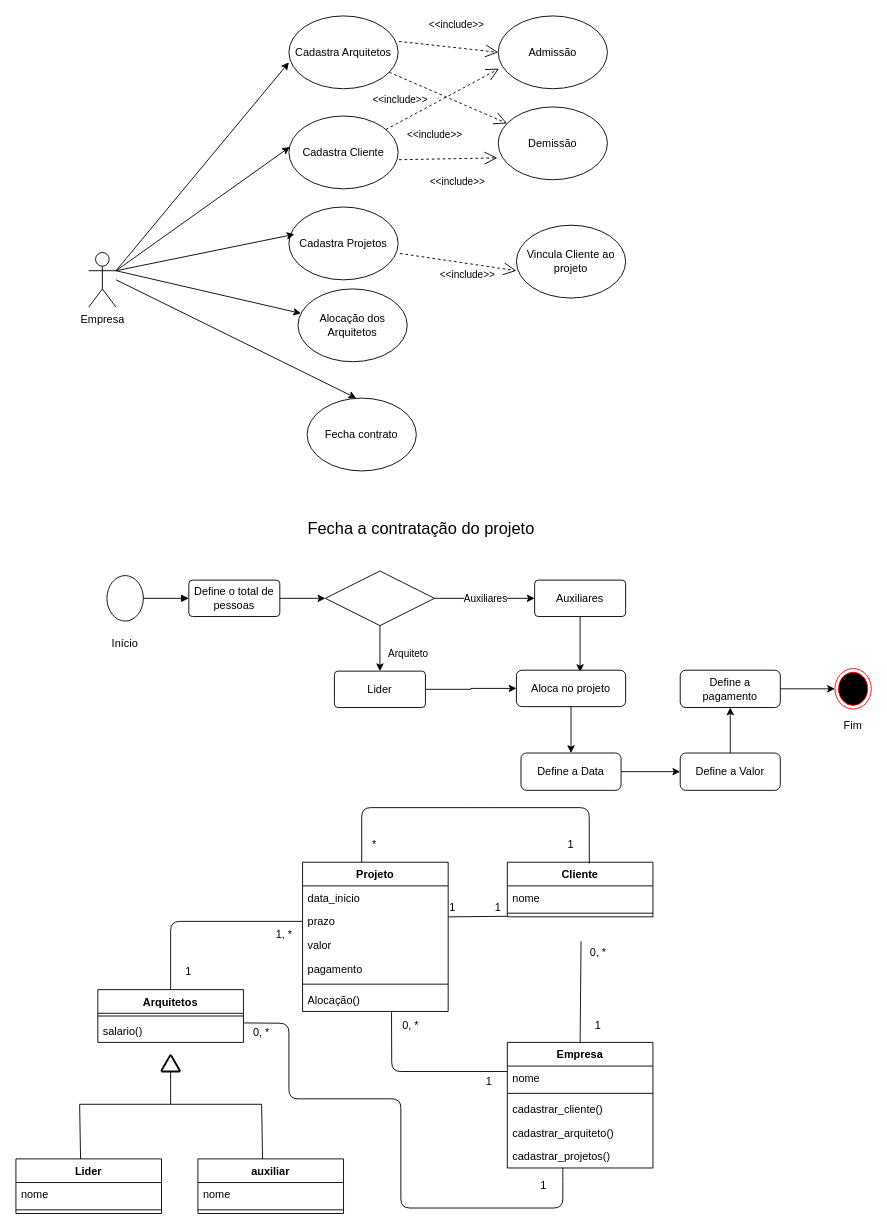
The draw.io diagram Untitled Diagram.drawio in EdneiFNeto/UML, before the edit. Source tidied: cells renumbered, new cells numbered last; positions are measured from the earlier drawing's top-left corner, leaving out a move shared by most shapes. Both pictures are drawn from the tidied source at 91%, with x=0, y=0 at pixel (15, 15).
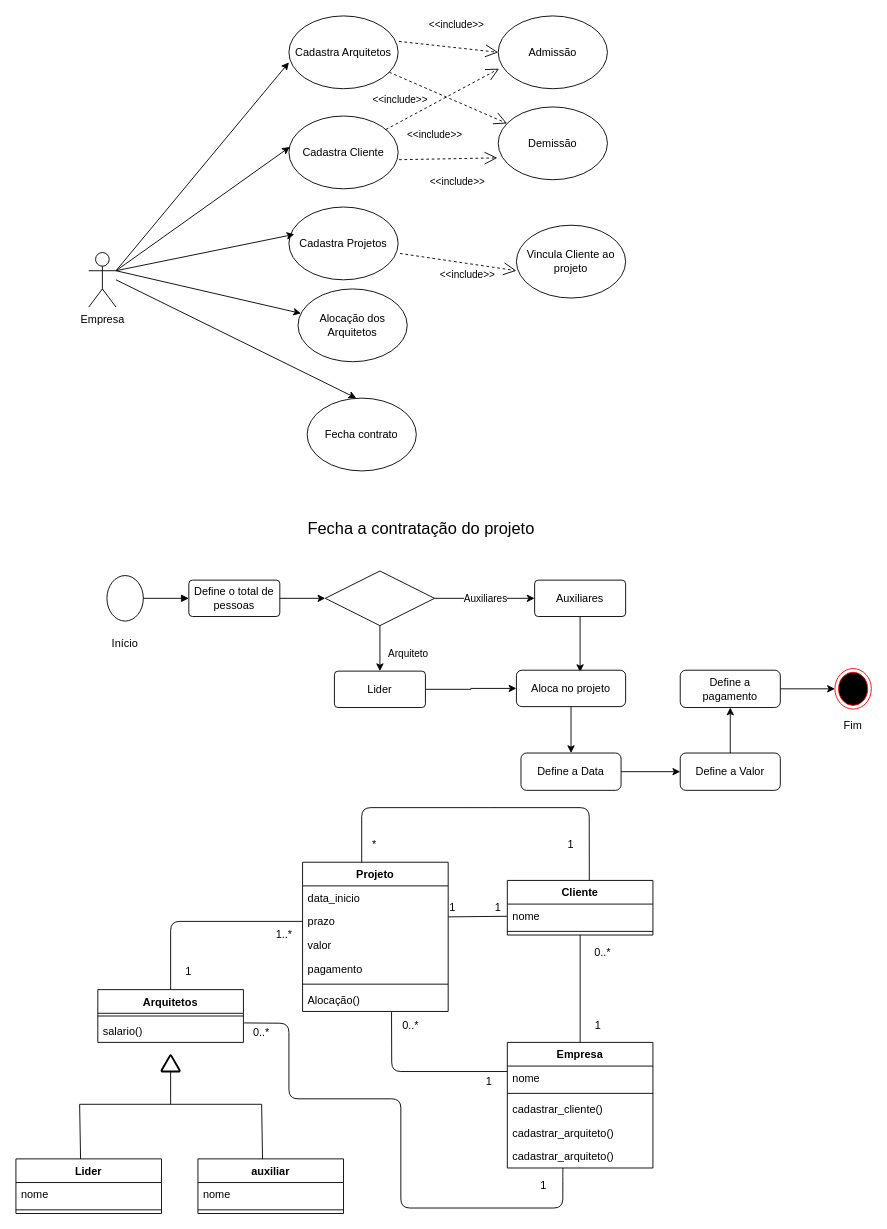
Above is the later version.

Commit message:
adicionando cardinalidade

Unchanged cells that the change refers to:
```xml
<mxCell id="67" value="Empresa" style="swimlane;fontStyle=1;align=center;verticalAlign=top;horizontal=1;startSize=26;" parent="1" vertex="1">
  <mxGeometry x="540" y="1128" width="160" height="138" as="geometry" />
</mxCell>
```

Change to the diagram source:
```diff
@@
-    <mxCell id="72" value="cadastrar_projetos()" style="text;strokeColor=none;fillColor=none;align=left;verticalAlign=top;spacingLeft=4;spacingRight=4;overflow=hidden;points=[[0,0.5],[1,0.5]];portConstraint=eastwest;" parent="67" vertex="1">
+    <mxCell id="72" value="cadastrar_arquiteto()" style="text;strokeColor=none;fillColor=none;align=left;verticalAlign=top;spacingLeft=4;spacingRight=4;overflow=hidden;points=[[0,0.5],[1,0.5]];portConstraint=eastwest;" parent="67" vertex="1">
       <mxGeometry y="112" width="160" height="26" as="geometry" />
     </mxCell>
-    <mxCell id="73" value="Cliente" style="swimlane;fontStyle=1;align=center;verticalAlign=top;horizontal=1;startSize=26;" parent="1" vertex="1">
-      <mxGeometry x="540" y="930" width="160" height="60" as="geometry" />
-    </mxCell>
-    <mxCell id="74" value="nome" style="text;strokeColor=none;fillColor=none;align=left;verticalAlign=top;spacingLeft=4;spacingRight=4;overflow=hidden;" parent="73" vertex="1">
-      <mxGeometry y="26" width="160" height="26" as="geometry" />
-    </mxCell>
-    <mxCell id="75" style="line;strokeWidth=1;fillColor=none;align=left;verticalAlign=middle;spacingTop=-1;spacingLeft=3;spacingRight=3;labelPosition=right;" parent="73" vertex="1">
-      <mxGeometry y="52" width="160" height="8" as="geometry" />
-    </mxCell>
@@
-    <mxCell id="79" style="endArrow=none;html=1;exitX=0.5;exitY=0;exitDx=0;exitDy=0;entryX=0.506;entryY=1.038;entryDx=0;entryDy=0;entryPerimeter=0;" parent="1" edge="1" source="67">
-      <mxGeometry relative="1" as="geometry">
-        <mxPoint x="621" y="1017" as="targetPoint" />
-      </mxGeometry>
+    <mxCell id="79" style="endArrow=none;html=1;exitX=0.5;exitY=0;exitDx=0;exitDy=0;entryX=0.5;entryY=1;entryDx=0;entryDy=0;" parent="1" edge="1" source="67" target="73">
+      <mxGeometry relative="1" as="geometry" />
     </mxCell>
@@
-    <mxCell id="81" value="0, *" style="text;html=1;strokeColor=none;fillColor=none;align=center;verticalAlign=middle;whiteSpace=wrap;rounded=0;" parent="1" vertex="1">
-      <mxGeometry x="620" y="1020" width="40" height="20" as="geometry" />
+    <mxCell id="81" value="0..*" style="text;html=1;strokeColor=none;fillColor=none;align=center;verticalAlign=middle;whiteSpace=wrap;rounded=0;" parent="1" vertex="1">
+      <mxGeometry x="625" y="1020" width="40" height="20" as="geometry" />
     </mxCell>
@@
-    <mxCell id="86" value="0, *" style="text;html=1;strokeColor=none;fillColor=none;align=center;verticalAlign=middle;whiteSpace=wrap;rounded=0;" parent="1" vertex="1">
+    <mxCell id="86" value="0..*" style="text;html=1;strokeColor=none;fillColor=none;align=center;verticalAlign=middle;whiteSpace=wrap;rounded=0;" parent="1" vertex="1">
       <mxGeometry x="414" y="1100" width="40" height="20" as="geometry" />
     </mxCell>
-    <mxCell id="87" value="0, *" style="text;html=1;strokeColor=none;fillColor=none;align=center;verticalAlign=middle;whiteSpace=wrap;rounded=0;" parent="1" vertex="1">
+    <mxCell id="87" value="0..*" style="text;html=1;strokeColor=none;fillColor=none;align=center;verticalAlign=middle;whiteSpace=wrap;rounded=0;" parent="1" vertex="1">
       <mxGeometry x="250" y="1108" width="40" height="20" as="geometry" />
     </mxCell>
@@
-    <mxCell id="92" value="1, *" style="text;html=1;strokeColor=none;fillColor=none;align=center;verticalAlign=middle;whiteSpace=wrap;rounded=0;" parent="1" vertex="1">
+    <mxCell id="92" value="1..*" style="text;html=1;strokeColor=none;fillColor=none;align=center;verticalAlign=middle;whiteSpace=wrap;rounded=0;" parent="1" vertex="1">
       <mxGeometry x="275" y="1000" width="40" height="20" as="geometry" />
     </mxCell>
@@
+    <mxCell id="73" value="Cliente" style="swimlane;fontStyle=1;align=center;verticalAlign=top;horizontal=1;startSize=26;" parent="1" vertex="1">
+      <mxGeometry x="540" y="950" width="160" height="60" as="geometry" />
+    </mxCell>
+    <mxCell id="74" value="nome" style="text;strokeColor=none;fillColor=none;align=left;verticalAlign=top;spacingLeft=4;spacingRight=4;overflow=hidden;" parent="73" vertex="1">
+      <mxGeometry y="26" width="160" height="26" as="geometry" />
+    </mxCell>
+    <mxCell id="75" style="line;strokeWidth=1;fillColor=none;align=left;verticalAlign=middle;spacingTop=-1;spacingLeft=3;spacingRight=3;labelPosition=right;" parent="73" vertex="1">
+      <mxGeometry y="52" width="160" height="8" as="geometry" />
+    </mxCell>
```
